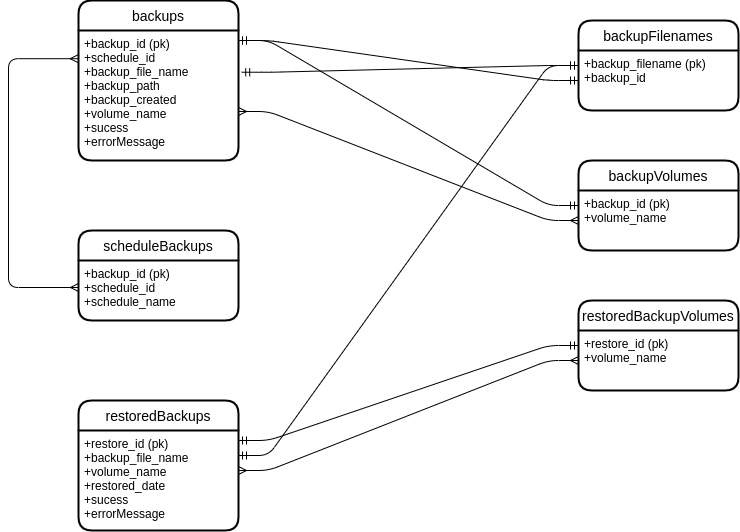
mrllama123/docker-homelab-manager keeps this draw.io diagram as docs/diagrams/db-relational.drawio.png. Above is the earlier version. Source tidied: cells renumbered, new cells last; positions are measured from the earlier drawing's top-left corner, leaving out a move shared by most shapes.
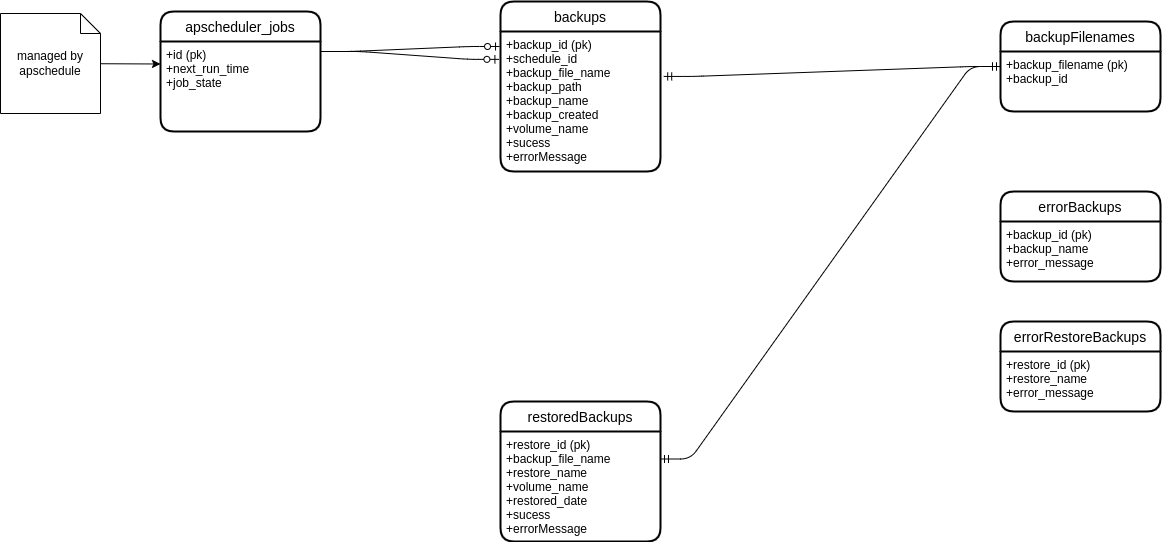
After the change.

What changed in the source:
```diff
@@ -3,82 +3,64 @@
     <mxCell id="0" />
     <mxCell id="1" parent="0" />
     <mxCell id="2" value="backups" style="swimlane;horizontal=1;startSize=30;rounded=1;fontSize=14;fontStyle=0;strokeWidth=2;shadow=0;dashed=0;align=center;" parent="1" vertex="1">
-      <mxGeometry x="70" width="160" height="160" as="geometry" />
+      <mxGeometry x="70" width="160" height="170" as="geometry" />
     </mxCell>
-    <mxCell id="3" value="+backup_id (pk)&#10;+schedule_id&#10;+backup_file_name&#10;+backup_path&#10;+backup_created&#10;+volume_name&#10;+sucess&#10;+errorMessage" style="align=left;strokeColor=none;fillColor=none;spacingLeft=4;fontSize=12;verticalAlign=top;" parent="2" vertex="1">
-      <mxGeometry y="30" width="160" height="130" as="geometry" />
+    <mxCell id="3" value="+backup_id (pk)&#10;+schedule_id&#10;+backup_file_name&#10;+backup_path&#10;+backup_name&#10;+backup_created&#10;+volume_name&#10;+sucess&#10;+errorMessage" style="align=left;strokeColor=none;fillColor=none;spacingLeft=4;fontSize=12;verticalAlign=top;" parent="2" vertex="1">
+      <mxGeometry y="30" width="160" height="140" as="geometry" />
     </mxCell>
     <mxCell id="4" value="restoredBackups" style="swimlane;horizontal=1;startSize=30;rounded=1;fontSize=14;fontStyle=0;strokeWidth=2;shadow=0;dashed=0;align=center;" parent="1" vertex="1">
-      <mxGeometry x="70" y="400" width="160" height="130" as="geometry" />
+      <mxGeometry x="70" y="400" width="160" height="140" as="geometry" />
     </mxCell>
-    <mxCell id="5" value="+restore_id (pk)&#10;+backup_file_name&#10;+volume_name&#10;+restored_date&#10;+sucess&#10;+errorMessage" style="align=left;strokeColor=none;fillColor=none;spacingLeft=4;fontSize=12;verticalAlign=top;" parent="4" vertex="1">
-      <mxGeometry y="30" width="160" height="100" as="geometry" />
+    <mxCell id="5" value="+restore_id (pk)&#10;+backup_file_name&#10;+restore_name&#10;+volume_name&#10;+restored_date&#10;+sucess&#10;+errorMessage" style="align=left;strokeColor=none;fillColor=none;spacingLeft=4;fontSize=12;verticalAlign=top;" parent="4" vertex="1">
+      <mxGeometry y="30" width="160" height="110" as="geometry" />
     </mxCell>
-    <mxCell id="6" value="scheduleBackups" style="swimlane;horizontal=1;startSize=30;rounded=1;fontSize=14;fontStyle=0;strokeWidth=2;shadow=0;dashed=0;align=center;" parent="1" vertex="1">
-      <mxGeometry x="70" y="230" width="160" height="90" as="geometry" />
-    </mxCell>
-    <mxCell id="7" value="+backup_id (pk)&#10;+schedule_id&#10;+schedule_name" style="align=left;strokeColor=none;fillColor=none;spacingLeft=4;fontSize=12;verticalAlign=top;" parent="6" vertex="1">
-      <mxGeometry y="30" width="160" height="60" as="geometry" />
-    </mxCell>
     <mxCell id="8" value="backupFilenames" style="swimlane;horizontal=1;startSize=30;rounded=1;fontSize=14;fontStyle=0;strokeWidth=2;shadow=0;dashed=0;align=center;" parent="1" vertex="1">
       <mxGeometry x="570" y="20" width="160" height="90" as="geometry" />
     </mxCell>
     <mxCell id="9" value="+backup_filename (pk)&#10;+backup_id&#10;" style="align=left;strokeColor=none;fillColor=none;spacingLeft=4;fontSize=12;verticalAlign=top;" parent="8" vertex="1">
       <mxGeometry y="30" width="160" height="60" as="geometry" />
     </mxCell>
-    <mxCell id="10" value="backupVolumes" style="swimlane;horizontal=1;startSize=30;rounded=1;fontSize=14;fontStyle=0;strokeWidth=2;shadow=0;dashed=0;align=center;" parent="1" vertex="1">
-      <mxGeometry x="570" y="160" width="160" height="90" as="geometry" />
-    </mxCell>
-    <mxCell id="11" value="+backup_id (pk)&#10;+volume_name&#10;" style="align=left;strokeColor=none;fillColor=none;spacingLeft=4;fontSize=12;verticalAlign=top;" parent="10" vertex="1">
-      <mxGeometry y="30" width="160" height="60" as="geometry" />
-    </mxCell>
-    <mxCell id="12" value="restoredBackupVolumes" style="swimlane;horizontal=1;startSize=30;rounded=1;fontSize=14;fontStyle=0;strokeWidth=2;shadow=0;dashed=0;align=center;" parent="1" vertex="1">
-      <mxGeometry x="570" y="300" width="160" height="90" as="geometry" />
-    </mxCell>
-    <mxCell id="13" value="+restore_id (pk)&#10;+volume_name&#10;" style="align=left;strokeColor=none;fillColor=none;spacingLeft=4;fontSize=12;verticalAlign=top;" parent="12" vertex="1">
-      <mxGeometry y="30" width="160" height="60" as="geometry" />
-    </mxCell>
-    <mxCell id="14" style="edgeStyle=entityRelationEdgeStyle;fontSize=12;html=1;endArrow=ERmandOne;startArrow=ERmandOne;entryX=0;entryY=0.5;entryDx=0;entryDy=0;" parent="1" edge="1" target="10">
-      <mxGeometry relative="1" as="geometry">
-        <mxPoint x="230" y="40" as="sourcePoint" />
-      </mxGeometry>
-    </mxCell>
-    <mxCell id="15" style="edgeStyle=orthogonalEdgeStyle;fontSize=12;html=1;endArrow=ERmany;startArrow=ERmany;entryX=-0.002;entryY=0.217;entryDx=0;entryDy=0;entryPerimeter=0;" parent="1" edge="1" target="3">
-      <mxGeometry relative="1" as="geometry">
-        <mxPoint x="70" y="287" as="sourcePoint" />
-        <Array as="points">
-          <mxPoint y="287" />
-          <mxPoint y="58" />
-        </Array>
-      </mxGeometry>
-    </mxCell>
     <mxCell id="16" style="edgeStyle=entityRelationEdgeStyle;fontSize=12;html=1;endArrow=ERmandOne;startArrow=ERmandOne;exitX=1.02;exitY=0.321;exitDx=0;exitDy=0;exitPerimeter=0;" parent="1" edge="1" source="3">
       <mxGeometry relative="1" as="geometry">
         <mxPoint x="570" y="65" as="targetPoint" />
       </mxGeometry>
     </mxCell>
-    <mxCell id="17" style="edgeStyle=entityRelationEdgeStyle;fontSize=12;html=1;endArrow=ERmandOne;startArrow=ERmandOne;entryX=0;entryY=0.5;entryDx=0;entryDy=0;" parent="1" edge="1" target="9">
-      <mxGeometry relative="1" as="geometry">
-        <mxPoint x="230" y="40" as="sourcePoint" />
-      </mxGeometry>
-    </mxCell>
-    <mxCell id="18" style="edgeStyle=entityRelationEdgeStyle;fontSize=12;html=1;endArrow=ERmany;startArrow=ERmany;entryX=0;entryY=0.5;entryDx=0;entryDy=0;" parent="1" edge="1" target="11">
-      <mxGeometry relative="1" as="geometry">
-        <mxPoint x="230" y="111" as="sourcePoint" />
-      </mxGeometry>
-    </mxCell>
-    <mxCell id="19" style="edgeStyle=entityRelationEdgeStyle;fontSize=12;html=1;endArrow=ERmany;startArrow=ERmany;entryX=0;entryY=0.5;entryDx=0;entryDy=0;" parent="1" edge="1" target="13">
-      <mxGeometry relative="1" as="geometry">
-        <mxPoint x="230" y="470" as="sourcePoint" />
-      </mxGeometry>
-    </mxCell>
-    <mxCell id="20" style="edgeStyle=entityRelationEdgeStyle;fontSize=12;html=1;endArrow=ERmandOne;startArrow=ERmandOne;entryX=0;entryY=0.25;entryDx=0;entryDy=0;" parent="1" edge="1" target="13">
-      <mxGeometry relative="1" as="geometry">
-        <mxPoint x="230" y="440" as="sourcePoint" />
-      </mxGeometry>
-    </mxCell>
     <mxCell id="21" style="edgeStyle=entityRelationEdgeStyle;fontSize=12;html=1;endArrow=ERmandOne;startArrow=ERmandOne;entryX=0;entryY=0.25;entryDx=0;entryDy=0;exitX=1;exitY=0.25;exitDx=0;exitDy=0;" parent="1" edge="1" source="5" target="9">
       <mxGeometry relative="1" as="geometry" />
     </mxCell>
+    <mxCell id="22" value="errorBackups" style="swimlane;horizontal=1;startSize=30;rounded=1;fontSize=14;fontStyle=0;strokeWidth=2;shadow=0;dashed=0;align=center;" parent="1" vertex="1">
+      <mxGeometry x="570" y="190" width="160" height="90" as="geometry" />
+    </mxCell>
+    <mxCell id="23" value="+backup_id (pk)&#10;+backup_name&#10;+error_message" style="align=left;strokeColor=none;fillColor=none;spacingLeft=4;fontSize=12;verticalAlign=top;" parent="22" vertex="1">
+      <mxGeometry y="30" width="160" height="60" as="geometry" />
+    </mxCell>
+    <mxCell id="24" value="errorRestoreBackups" style="swimlane;horizontal=1;startSize=30;rounded=1;fontSize=14;fontStyle=0;strokeWidth=2;shadow=0;dashed=0;align=center;" parent="1" vertex="1">
+      <mxGeometry x="570" y="320" width="160" height="90" as="geometry" />
+    </mxCell>
+    <mxCell id="25" value="+restore_id (pk)&#10;+restore_name&#10;+error_message" style="align=left;strokeColor=none;fillColor=none;spacingLeft=4;fontSize=12;verticalAlign=top;" parent="24" vertex="1">
+      <mxGeometry y="30" width="160" height="60" as="geometry" />
+    </mxCell>
+    <mxCell id="26" value="apscheduler_jobs" style="swimlane;horizontal=1;startSize=30;rounded=1;fontSize=14;fontStyle=0;strokeWidth=2;shadow=0;dashed=0;align=center;" parent="1" vertex="1">
+      <mxGeometry x="-270" y="10" width="160" height="120" as="geometry" />
+    </mxCell>
+    <mxCell id="27" value="+id (pk)&#10;+next_run_time&#10;+job_state" style="align=left;strokeColor=none;fillColor=none;spacingLeft=4;fontSize=12;verticalAlign=top;" parent="26" vertex="1">
+      <mxGeometry y="30" width="160" height="90" as="geometry" />
+    </mxCell>
+    <mxCell id="28" style="edgeStyle=none;html=1;entryX=0;entryY=0.25;entryDx=0;entryDy=0;" parent="1" edge="1" source="29" target="27">
+      <mxGeometry relative="1" as="geometry" />
+    </mxCell>
+    <mxCell id="29" value="managed by apschedule" style="shape=note;size=20;whiteSpace=wrap;html=1;" parent="1" vertex="1">
+      <mxGeometry x="-430" y="12" width="100" height="100" as="geometry" />
+    </mxCell>
+    <mxCell id="30" style="edgeStyle=entityRelationEdgeStyle;fontSize=12;html=1;endArrow=ERzeroToOne;endFill=1;entryX=-0.006;entryY=0.107;entryDx=0;entryDy=0;entryPerimeter=0;" parent="1" edge="1" target="3">
+      <mxGeometry relative="1" as="geometry">
+        <mxPoint x="-110" y="50" as="sourcePoint" />
+      </mxGeometry>
+    </mxCell>
+    <mxCell id="31" style="edgeStyle=entityRelationEdgeStyle;fontSize=12;html=1;endArrow=ERzeroToOne;endFill=1;entryX=-0.01;entryY=0.199;entryDx=0;entryDy=0;entryPerimeter=0;" parent="1" edge="1" target="3">
+      <mxGeometry relative="1" as="geometry">
+        <mxPoint x="-100" y="50" as="sourcePoint" />
+      </mxGeometry>
+    </mxCell>
   </root>
 </mxGraphModel>
```
